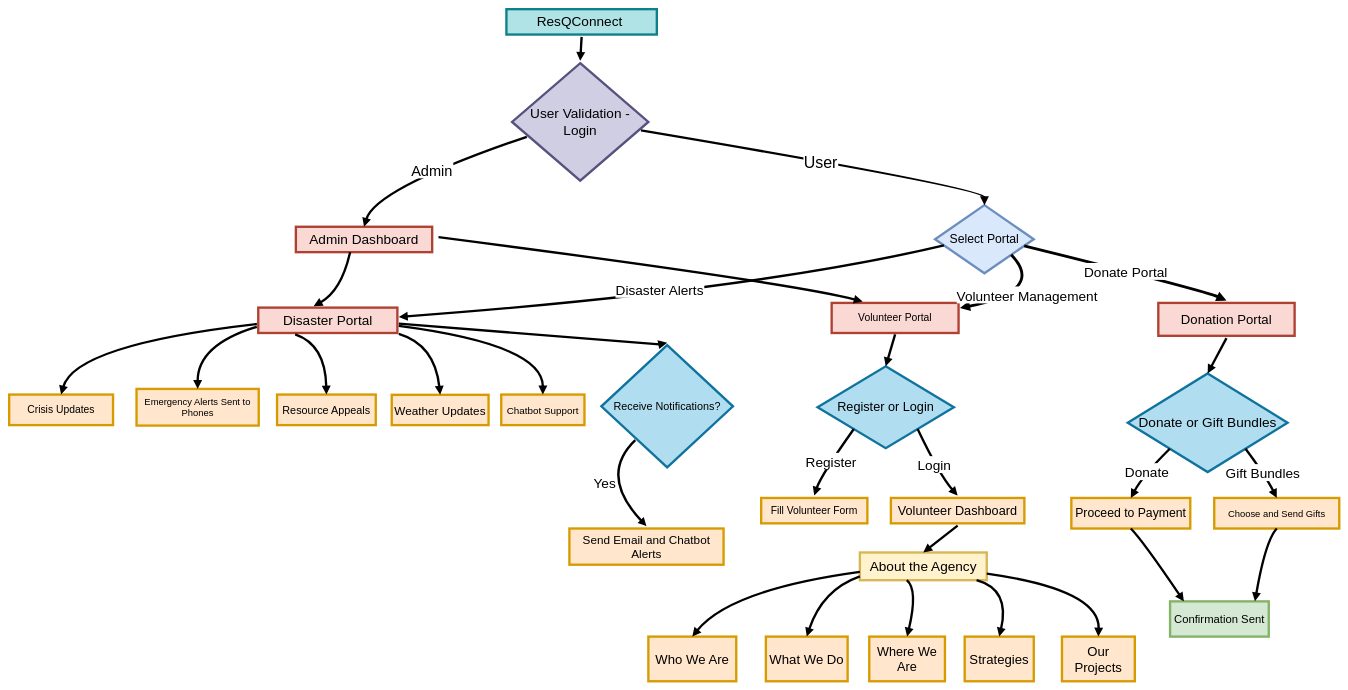
The draw.io diagram flowchart.drawio in arthi421/disaster_relief, before the edit. Source tidied: cells renumbered, new cells numbered last; positions are measured from the earlier drawing's top-left corner, leaving out a move shared by most shapes. Both pictures are drawn from the tidied source at 47%, with x=0, y=0 at pixel (9, 9).
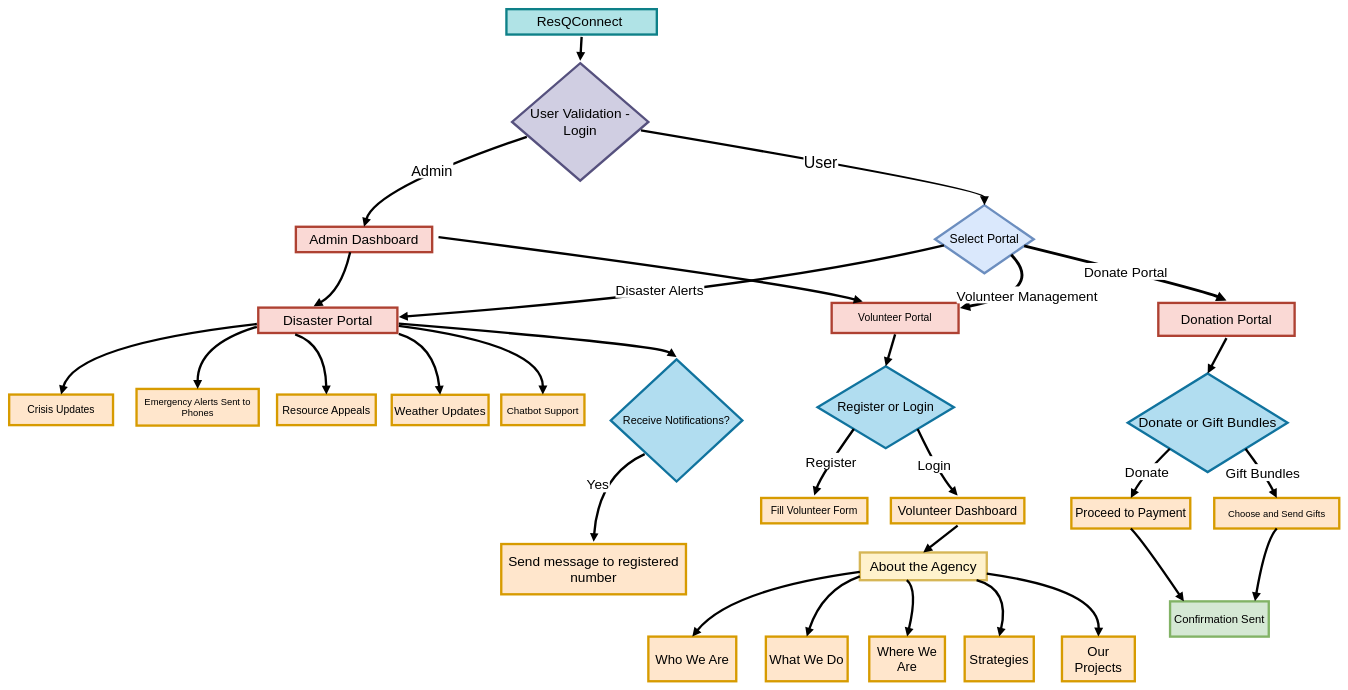
The same page after the edit.

Diff of the diagram source:
```diff
@@
     <mxCell id="13" value="Receive Notifications?" style="rhombus;strokeWidth=5;whiteSpace=wrap;fontSize=23;perimeterSpacing=5;fillColor=#b1ddf0;strokeColor=#10739e;" parent="1" vertex="1">
-      <mxGeometry x="1260" y="715" width="280" height="260" as="geometry" />
+      <mxGeometry x="1280" y="745" width="280" height="260" as="geometry" />
     </mxCell>
-    <mxCell id="14" value="Send Email and Chatbot Alerts" style="whiteSpace=wrap;strokeWidth=5;fontSize=25;perimeterSpacing=5;fillColor=#ffe6cc;strokeColor=#d79b00;" parent="1" vertex="1">
-      <mxGeometry x="1192" y="1105" width="328" height="77" as="geometry" />
+    <mxCell id="14" value="Send message to registered number" style="whiteSpace=wrap;strokeWidth=5;fontSize=29;perimeterSpacing=5;fillColor=#ffe6cc;strokeColor=#d79b00;" parent="1" vertex="1">
+      <mxGeometry x="1047" y="1138" width="393" height="107" as="geometry" />
     </mxCell>
```
